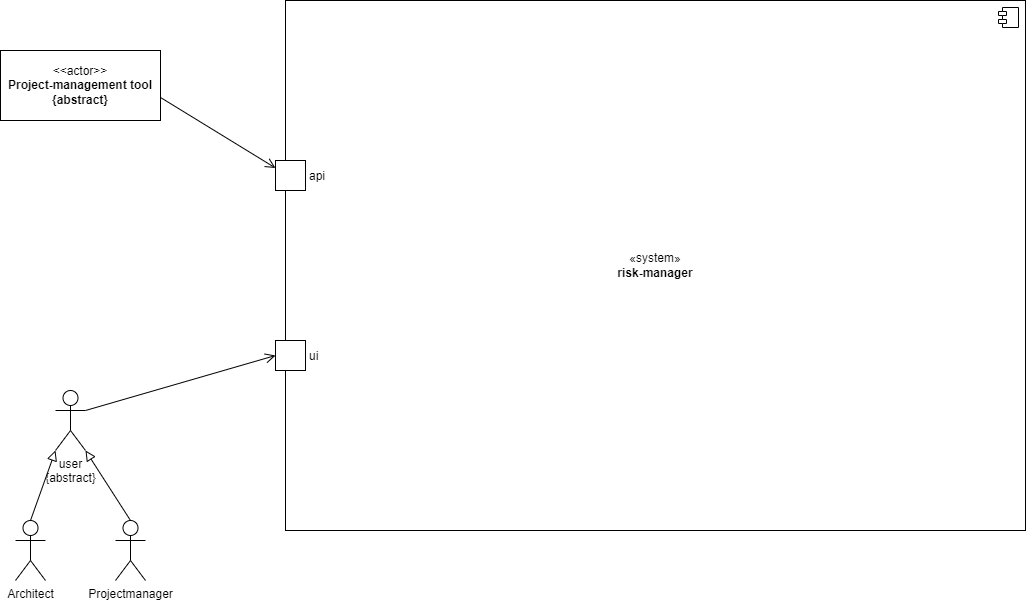
The draw.io diagram documentation/images/03_context_and_scope/business_scope.drawio.png in stueberm1/riskmanager, before a commit. Source tidied: cells renumbered, new cells last; positions are measured from the earlier drawing's top-left corner, leaving out a move shared by most shapes.
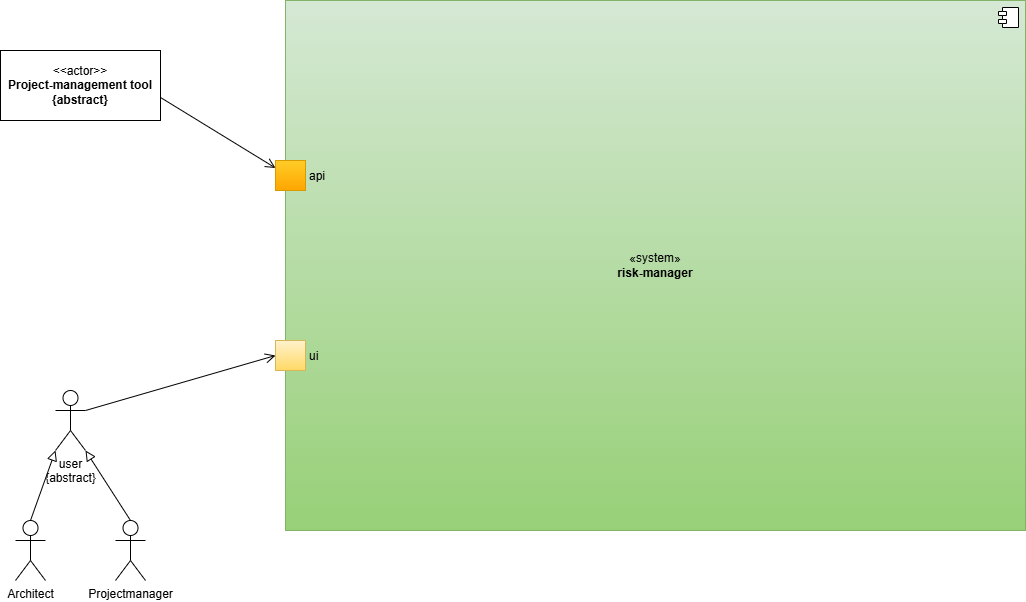
After the change.

Commit message:
risk-72: add first playbook

The edit, as a diff of the source:
```diff
@@ -2,7 +2,7 @@
   <root>
     <mxCell id="0" />
     <mxCell id="1" parent="0" />
-    <mxCell id="2" value="«system»&lt;br&gt;&lt;b&gt;risk-manager&lt;/b&gt;" style="html=1;whiteSpace=wrap;" parent="1" vertex="1">
+    <mxCell id="2" value="«system»&lt;br&gt;&lt;b&gt;risk-manager&lt;/b&gt;" style="html=1;whiteSpace=wrap;fillColor=#d5e8d4;gradientColor=#97d077;strokeColor=#82b366;" parent="1" vertex="1">
       <mxGeometry x="285" width="740" height="530" as="geometry" />
     </mxCell>
     <mxCell id="3" style="shape=module;jettyWidth=8;jettyHeight=4;" parent="2" vertex="1">
@@ -10,10 +10,10 @@
         <mxPoint x="-27" y="7" as="offset" />
       </mxGeometry>
     </mxCell>
-    <mxCell id="4" value="ui" style="fontStyle=0;labelPosition=right;verticalLabelPosition=middle;align=left;verticalAlign=middle;spacingLeft=2;" parent="1" vertex="1">
+    <mxCell id="4" value="ui" style="fontStyle=0;labelPosition=right;verticalLabelPosition=middle;align=left;verticalAlign=middle;spacingLeft=2;fillColor=#fff2cc;gradientColor=#ffd966;strokeColor=#d6b656;" parent="1" vertex="1">
       <mxGeometry x="275" y="340" width="30" height="30" as="geometry" />
     </mxCell>
-    <mxCell id="5" value="api" style="fontStyle=0;labelPosition=right;verticalLabelPosition=middle;align=left;verticalAlign=middle;spacingLeft=2;" parent="1" vertex="1">
+    <mxCell id="5" value="api" style="fontStyle=0;labelPosition=right;verticalLabelPosition=middle;align=left;verticalAlign=middle;spacingLeft=2;fillColor=#ffcd28;gradientColor=#ffa500;strokeColor=#d79b00;" parent="1" vertex="1">
       <mxGeometry x="275" y="160" width="30" height="30" as="geometry" />
     </mxCell>
     <mxCell id="6" value="user&lt;br&gt;{abstract}" style="shape=umlActor;verticalLabelPosition=bottom;verticalAlign=top;html=1;" parent="1" vertex="1">
```
